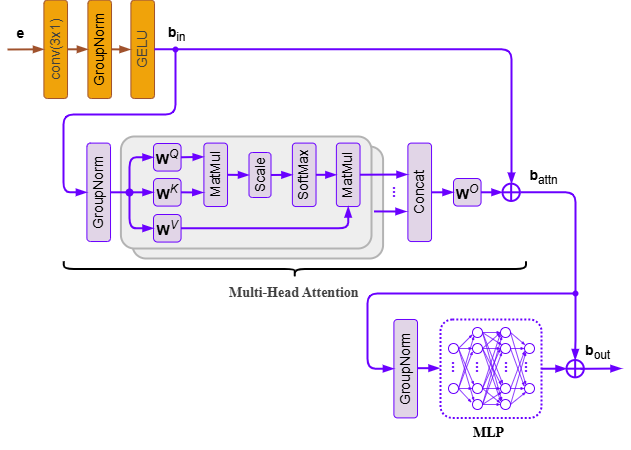
romangorbunov91/master-thesis-2026 keeps this draw.io diagram as images/parametersEstimation/bottleneck_block_diagram.drawio.png. Above is the earlier version. Source tidied: cells renumbered, new cells last; positions are measured from the earlier drawing's top-left corner, leaving out a move shared by most shapes.
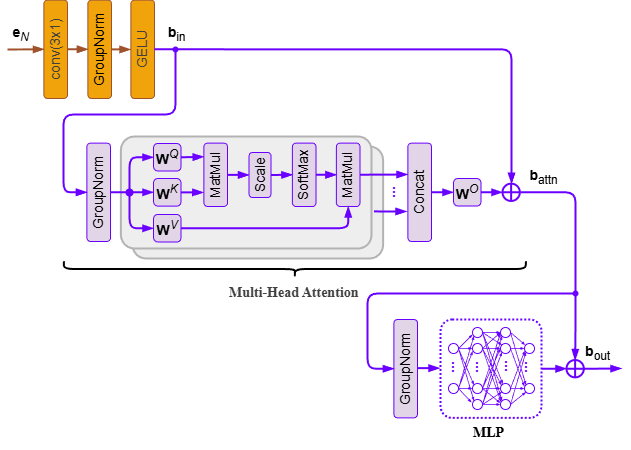
The same diagram one commit later.

Diff of the diagram source:
```diff
@@ -11,8 +11,8 @@
     <mxCell id="4" style="rounded=1;whiteSpace=wrap;html=1;fillColor=#eeeeee;strokeColor=#B3B3B3;strokeWidth=2;arcSize=12;" parent="1" vertex="1">
       <mxGeometry x="114.4" y="120" width="250.6" height="112" as="geometry" />
     </mxCell>
-    <mxCell id="5" value="&lt;font style=&quot;font-size: 14px;&quot;&gt;&lt;b style=&quot;&quot;&gt;e&lt;/b&gt;&lt;/font&gt;" style="text;html=1;align=center;verticalAlign=middle;strokeColor=none;fillColor=none;" parent="1" vertex="1">
-      <mxGeometry y="1.5" width="27" height="30" as="geometry" />
+    <mxCell id="5" value="&lt;font style=&quot;font-size: 14px;&quot;&gt;&lt;b style=&quot;&quot;&gt;e&lt;/b&gt;&lt;i&gt;&lt;sub&gt;N&lt;/sub&gt;&lt;/i&gt;&lt;/font&gt;" style="text;html=1;align=center;verticalAlign=middle;strokeColor=none;fillColor=none;" parent="1" vertex="1">
+      <mxGeometry x="-4" y="0.5" width="35" height="33" as="geometry" />
     </mxCell>
     <mxCell id="6" style="verticalLabelPosition=bottom;verticalAlign=top;html=1;shape=mxgraph.flowchart.summing_function;strokeColor=#6A00FF;strokeWidth=2;" parent="1" vertex="1">
       <mxGeometry x="496" y="167.1" width="17.3" height="17.3" as="geometry" />
```
